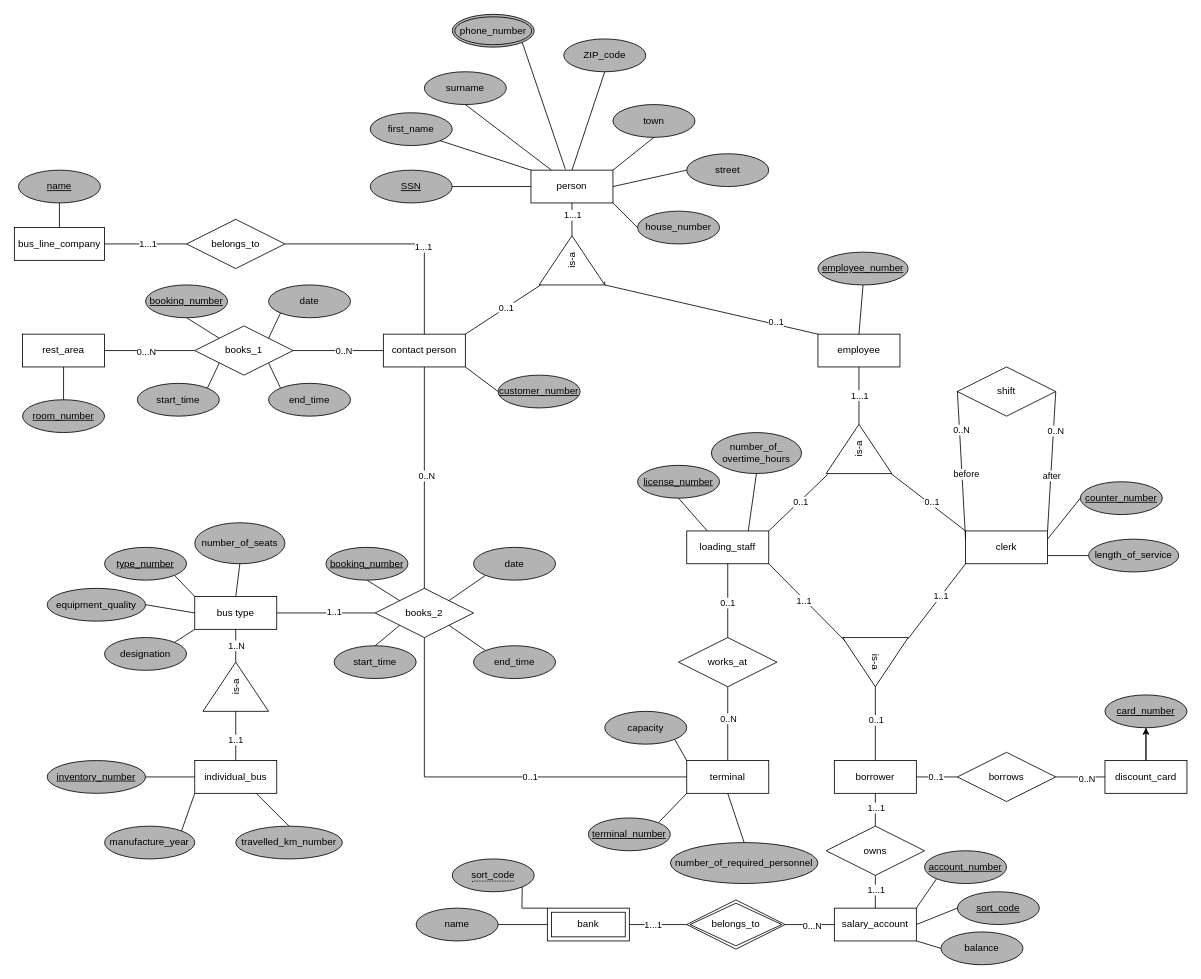
This is ERM project_group 5.drawio from Martinaeht/DBS-Projektgruppe-5_ERM, a draw.io file, before an edit. Source tidied: cells renumbered, new cells numbered last; positions are measured from the earlier drawing's top-left corner, leaving out a move shared by most shapes. Both pictures are drawn from the tidied source at 82%, with x=0, y=0 at pixel (14, 14).
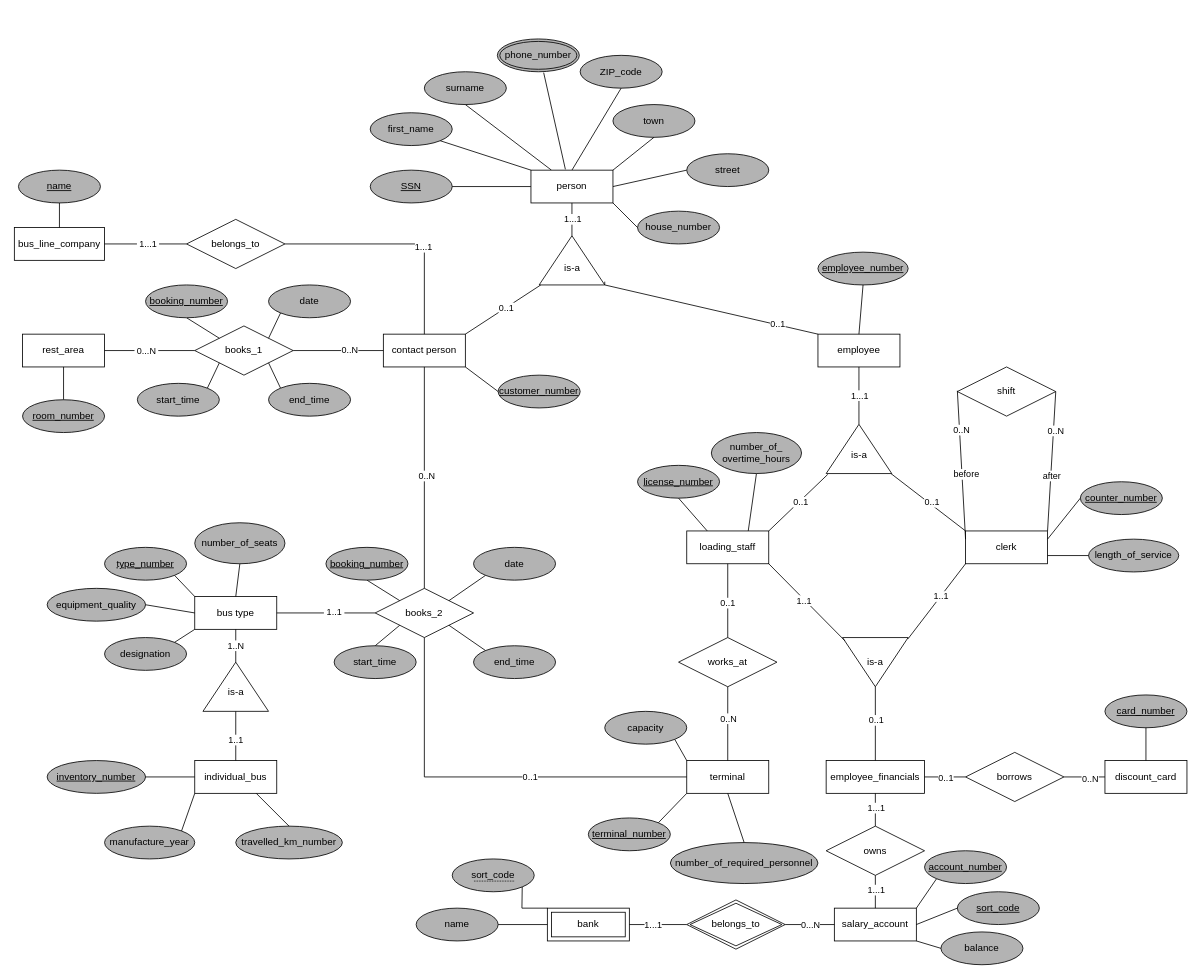
Above is the later version.

Unchanged cells that the change refers to:
```xml
<mxCell id="16" value="person" style="whiteSpace=wrap;html=1;align=center;" parent="1" vertex="1">
  <mxGeometry x="630" y="190" width="100" height="40" as="geometry" />
</mxCell>
<mxCell id="112" value="discount_card" style="whiteSpace=wrap;html=1;align=center;" parent="1" vertex="1">
  <mxGeometry x="1330" y="910" width="100" height="40" as="geometry" />
</mxCell>
<mxCell id="114" value="card_number" style="ellipse;whiteSpace=wrap;html=1;align=center;fontStyle=4;fillColor=#B3B3B3;" parent="1" vertex="1">
  <mxGeometry x="1330" y="830" width="100" height="40" as="geometry" />
</mxCell>
<mxCell id="121" style="endArrow=none;html=1;rounded=0;exitX=1;exitY=0.5;exitDx=0;exitDy=0;entryX=0;entryY=0.5;entryDx=0;entryDy=0;" parent="1" edge="1" source="110" target="113">
  <mxGeometry relative="1" as="geometry" />
</mxCell>
<mxCell id="127" value="salary_account" style="whiteSpace=wrap;html=1;align=center;" parent="1" vertex="1">
  <mxGeometry x="1000" y="1090" width="100" height="40" as="geometry" />
</mxCell>
<mxCell id="128" value="belongs_to" style="shape=rhombus;double=1;perimeter=rhombusPerimeter;whiteSpace=wrap;html=1;align=center;" parent="1" vertex="1">
  <mxGeometry x="820" y="1080" width="120" height="60" as="geometry" />
</mxCell>
```

Change to the diagram source:
```diff
@@
     <mxCell id="8" value="&lt;div&gt;ZIP_code&lt;/div&gt;" style="ellipse;whiteSpace=wrap;html=1;align=center;fillColor=#B3B3B3;" parent="1" vertex="1">
-      <mxGeometry x="670" y="30" width="100" height="40" as="geometry" />
+      <mxGeometry x="690" y="50" width="100" height="40" as="geometry" />
     </mxCell>
@@
-    <mxCell id="20" value="is-a" style="triangle;whiteSpace=wrap;html=1;rotation=-90;" parent="1" vertex="1">
+    <mxCell id="20" style="triangle;whiteSpace=wrap;html=1;rotation=-90;horizontal=1;" parent="1" vertex="1">
       <mxGeometry x="650" y="260" width="60" height="80" as="geometry" />
     </mxCell>
     <mxCell id="21" value="phone_number" style="ellipse;shape=doubleEllipse;margin=3;whiteSpace=wrap;html=1;align=center;fillColor=#B3B3B3;" parent="1" vertex="1">
-      <mxGeometry x="534" width="100" height="40" as="geometry" />
+      <mxGeometry x="589" y="30" width="100" height="40" as="geometry" />
     </mxCell>
-    <mxCell id="22" value="is-a" style="triangle;whiteSpace=wrap;html=1;rotation=-90;" parent="1" vertex="1">
+    <mxCell id="22" style="triangle;whiteSpace=wrap;html=1;rotation=-90;horizontal=1;" parent="1" vertex="1">
       <mxGeometry x="1000" y="490" width="60" height="80" as="geometry" />
     </mxCell>
@@
-    <mxCell id="59" value="is-a" style="triangle;whiteSpace=wrap;html=1;rotation=-90;" parent="1" vertex="1">
+    <mxCell id="59" style="triangle;whiteSpace=wrap;html=1;rotation=-90;horizontal=0;" parent="1" vertex="1">
       <mxGeometry x="240" y="780" width="60" height="80" as="geometry" />
     </mxCell>
@@
-    <mxCell id="109" value="is-a" style="triangle;whiteSpace=wrap;html=1;rotation=90;" parent="1" vertex="1">
+    <mxCell id="109" value="is-a" style="triangle;whiteSpace=wrap;html=1;rotation=90;direction=east;horizontal=0;" parent="1" vertex="1">
       <mxGeometry x="1020" y="750" width="60" height="80" as="geometry" />
     </mxCell>
-    <mxCell id="110" value="borrower" style="whiteSpace=wrap;html=1;align=center;" parent="1" vertex="1">
-      <mxGeometry x="1000" y="910" width="100" height="40" as="geometry" />
+    <mxCell id="110" value="employee_financials" style="whiteSpace=wrap;html=1;align=center;" parent="1" vertex="1">
+      <mxGeometry x="990" y="910" width="120" height="40" as="geometry" />
     </mxCell>
-    <mxCell id="111" style="edgeStyle=orthogonalEdgeStyle;rounded=0;jettySize=auto;html=1;" parent="1" edge="1" source="112" target="114">
-      <mxGeometry relative="1" as="geometry" />
-    </mxCell>
@@
     <mxCell id="113" value="borrows" style="shape=rhombus;perimeter=rhombusPerimeter;whiteSpace=wrap;html=1;align=center;" parent="1" vertex="1">
-      <mxGeometry x="1150" y="900" width="120" height="60" as="geometry" />
+      <mxGeometry x="1160" y="900" width="120" height="60" as="geometry" />
     </mxCell>
@@
     <mxCell id="122" value="0..1" style="edgeLabel;html=1;align=center;verticalAlign=middle;" parent="121" vertex="1">
-      <mxGeometry x="-0.1" y="1" relative="1" as="geometry" />
+      <mxGeometry x="-0.1" y="1" relative="1" as="geometry">
+        <mxPoint x="2" y="1" as="offset" />
+      </mxGeometry>
     </mxCell>
@@
-    <mxCell id="125" style="endArrow=none;html=1;rounded=0;exitX=0.5;exitY=0;exitDx=0;exitDy=0;entryX=0.5;entryY=1;entryDx=0;entryDy=0;" parent="1" edge="1" source="112" target="114">
+    <mxCell id="125" style="endArrow=none;html=1;rounded=0;entryX=0.5;entryY=1;entryDx=0;entryDy=0;exitX=0.5;exitY=0;exitDx=0;exitDy=0;" parent="1" edge="1" source="112" target="114">
       <mxGeometry relative="1" as="geometry" />
     </mxCell>
@@
-    <mxCell id="134" style="endArrow=none;html=1;rounded=0;exitX=1;exitY=0.5;exitDx=0;exitDy=0;entryX=0;entryY=0.5;entryDx=0;entryDy=0;" parent="1" edge="1" source="128" target="127">
+    <mxCell id="134" style="endArrow=none;html=1;rounded=0;" parent="1" edge="1" source="128" target="127">
       <mxGeometry relative="1" as="geometry" />
     </mxCell>
     <mxCell id="135" value="0...N" style="edgeLabel;html=1;align=center;verticalAlign=middle;" parent="134" vertex="1">
-      <mxGeometry x="0.08" y="-1" relative="1" as="geometry" />
+      <mxGeometry x="0.08" y="-1" relative="1" as="geometry">
+        <mxPoint x="-2" y="-1" as="offset" />
+      </mxGeometry>
     </mxCell>
@@
-    <mxCell id="148" style="endArrow=none;html=1;rounded=0;exitX=1;exitY=1;exitDx=0;exitDy=0;entryX=0.42;entryY=-0.025;entryDx=0;entryDy=0;entryPerimeter=0;" parent="1" edge="1" source="21" target="16">
+    <mxCell id="148" style="endArrow=none;html=1;rounded=0;exitX=0.565;exitY=1.027;exitDx=0;exitDy=0;entryX=0.42;entryY=-0.025;entryDx=0;entryDy=0;entryPerimeter=0;exitPerimeter=0;" parent="1" edge="1" source="21" target="16">
       <mxGeometry relative="1" as="geometry" />
     </mxCell>
@@
     <mxCell id="152" value="0..1" style="edgeLabel;html=1;align=center;verticalAlign=middle;" parent="1" vertex="1">
-      <mxGeometry x="840" y="360" as="geometry">
+      <mxGeometry x="842" y="363" as="geometry">
         <mxPoint x="88" y="14" as="offset" />
       </mxGeometry>
     </mxCell>
@@
     <mxCell id="155" value="1...1" style="edgeLabel;html=1;align=center;verticalAlign=middle;" parent="1" vertex="1">
-      <mxGeometry x="920" y="770" as="geometry">
+      <mxGeometry x="920" y="775" as="geometry">
         <mxPoint x="-240" y="-526" as="offset" />
       </mxGeometry>
     </mxCell>
@@
-    <mxCell id="157" value="1..1" style="edgeLabel;html=1;align=center;verticalAlign=middle;" parent="1" vertex="1">
+    <mxCell id="157" value="&amp;nbsp;1..1&amp;nbsp; " style="edgeLabel;html=1;align=center;verticalAlign=middle;" parent="1" vertex="1">
       <mxGeometry x="400" y="731" as="geometry">
         <mxPoint x="-11" y="-3" as="offset" />
       </mxGeometry>
     </mxCell>
     <mxCell id="158" value="1..N" style="edgeLabel;html=1;align=center;verticalAlign=middle;" parent="1" vertex="1">
-      <mxGeometry x="276" y="771" as="geometry">
+      <mxGeometry x="275" y="771" as="geometry">
         <mxPoint x="-6" y="-2" as="offset" />
       </mxGeometry>
     </mxCell>
@@
     <mxCell id="165" value="0..N" style="edgeLabel;html=1;align=center;verticalAlign=middle;" parent="1" vertex="1">
-      <mxGeometry x="410" y="408" as="geometry">
-        <mxPoint x="-9" y="2" as="offset" />
+      <mxGeometry x="410" y="410" as="geometry">
+        <mxPoint x="-2" y="-1" as="offset" />
       </mxGeometry>
     </mxCell>
-    <mxCell id="166" value="1...1" style="edgeLabel;html=1;align=center;verticalAlign=middle;" parent="1" vertex="1">
+    <mxCell id="166" value="&amp;nbsp;1...1&amp;nbsp; " style="edgeLabel;html=1;align=center;verticalAlign=middle;" parent="1" vertex="1">
       <mxGeometry x="402" y="805" as="geometry">
         <mxPoint x="-240" y="-526" as="offset" />
       </mxGeometry>
     </mxCell>
-    <mxCell id="167" value="0...N" style="edgeLabel;html=1;align=center;verticalAlign=middle;" parent="1" vertex="1">
-      <mxGeometry x="400" y="937" as="geometry">
+    <mxCell id="167" value="&amp;nbsp;0...N&amp;nbsp; " style="edgeLabel;html=1;align=center;verticalAlign=middle;" parent="1" vertex="1">
+      <mxGeometry x="400" y="936" as="geometry">
         <mxPoint x="-240" y="-526" as="offset" />
       </mxGeometry>
     </mxCell>
+    <mxCell id="168" value="is-a" style="text;html=1;align=center;verticalAlign=middle;strokeColor=none;fillColor=none;" parent="1" vertex="1">
+      <mxGeometry x="1010" y="523" width="40" height="30" as="geometry" />
+    </mxCell>
+    <mxCell id="169" value="is-a" style="text;html=1;align=center;verticalAlign=middle;strokeColor=none;fillColor=none;" parent="1" vertex="1">
+      <mxGeometry x="660" y="295" width="40" height="30" as="geometry" />
+    </mxCell>
+    <mxCell id="170" value="is-a" style="text;html=1;align=center;verticalAlign=middle;strokeColor=none;fillColor=none;" parent="1" vertex="1">
+      <mxGeometry x="250" y="812" width="40" height="30" as="geometry" />
+    </mxCell>
```
